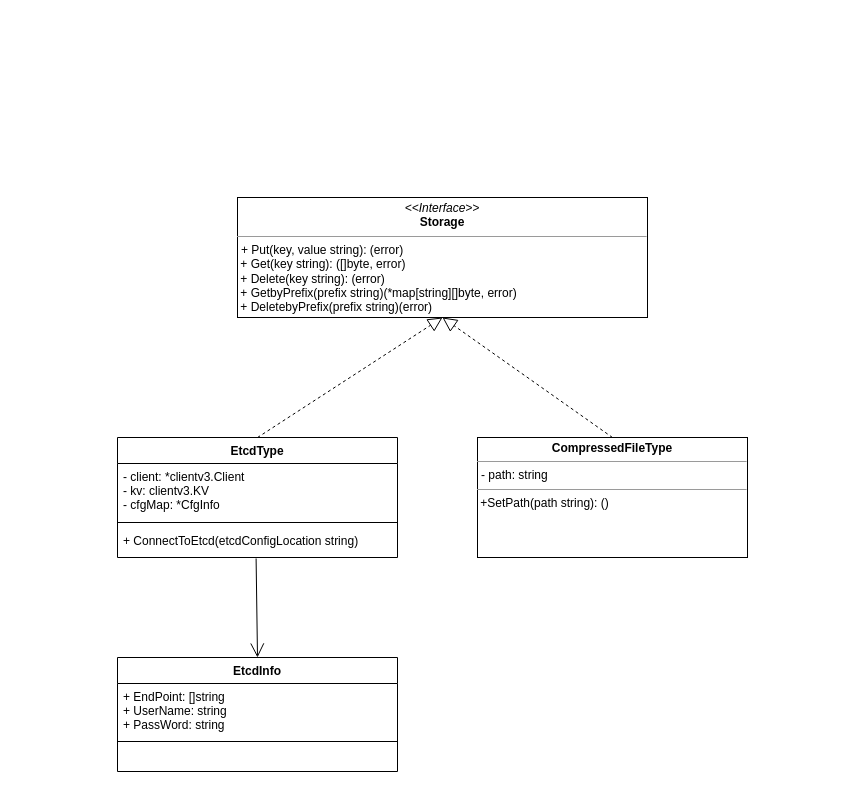
Before: page "存储模块" (1 of 18) of docs/details/drawiofiles/概设原始图.drawio in dalgorithm-bastar/configer, a draw.io diagram. Source tidied: cells renumbered, new cells numbered last; positions are measured from the earlier drawing's top-left corner, leaving out a move shared by most shapes. Both pictures are drawn from the tidied source at 100%, with x=0, y=0 at pixel (117, 197).
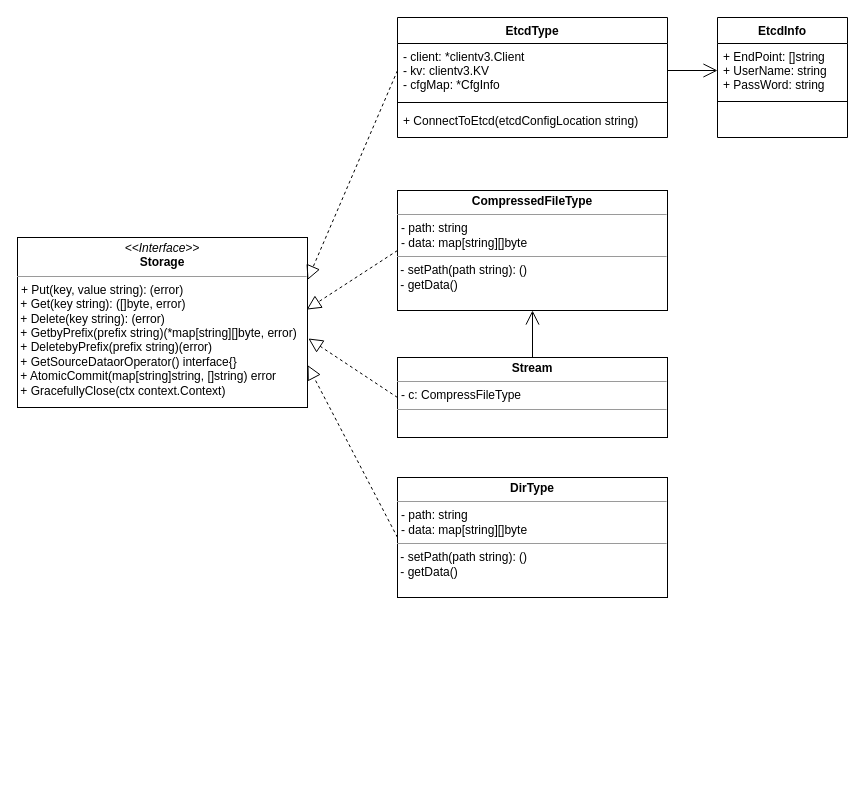
The same diagram, later.

Diff of the diagram source:
```diff
@@
 <mxGraphModel>
   <root>
     <mxCell id="0" />
     <mxCell id="1" parent="0" />
     <mxCell id="2" value="EtcdType" style="swimlane;fontStyle=1;align=center;verticalAlign=top;horizontal=1;startSize=26;" parent="1" vertex="1">
-      <mxGeometry y="240" width="280" height="120" as="geometry" />
+      <mxGeometry x="280" y="-180" width="270" height="120" as="geometry" />
     </mxCell>
     <mxCell id="3" value="- client: *clientv3.Client&#10;- kv: clientv3.KV &#10;- cfgMap: *CfgInfo" style="text;strokeColor=none;fillColor=none;align=left;verticalAlign=top;spacingLeft=4;spacingRight=4;overflow=hidden;points=[[0,0.5],[1,0.5]];portConstraint=eastwest;" parent="2" vertex="1">
-      <mxGeometry y="26" width="280" height="54" as="geometry" />
+      <mxGeometry y="26" width="270" height="54" as="geometry" />
     </mxCell>
     <mxCell id="4" style="line;strokeWidth=1;fillColor=none;align=left;verticalAlign=middle;spacingTop=-1;spacingLeft=3;spacingRight=3;labelPosition=right;" parent="2" vertex="1">
-      <mxGeometry y="80" width="280" height="10" as="geometry" />
+      <mxGeometry y="80" width="270" height="10" as="geometry" />
     </mxCell>
     <mxCell id="5" value="+ ConnectToEtcd(etcdConfigLocation string)" style="text;strokeColor=none;fillColor=none;align=left;verticalAlign=top;spacingLeft=4;spacingRight=4;overflow=hidden;points=[[0,0.5],[1,0.5]];portConstraint=eastwest;" parent="2" vertex="1">
-      <mxGeometry y="90" width="280" height="30" as="geometry" />
+      <mxGeometry y="90" width="270" height="30" as="geometry" />
     </mxCell>
     <mxCell id="6" value="EtcdInfo" style="swimlane;fontStyle=1;align=center;verticalAlign=top;horizontal=1;startSize=26;" parent="1" vertex="1">
-      <mxGeometry y="460" width="280" height="114" as="geometry" />
+      <mxGeometry x="600" y="-180" width="130" height="120" as="geometry" />
     </mxCell>
     <mxCell id="7" value="+ EndPoint: []string&#10;+ UserName: string&#10;+ PassWord: string" style="text;strokeColor=none;fillColor=none;align=left;verticalAlign=top;spacingLeft=4;spacingRight=4;overflow=hidden;points=[[0,0.5],[1,0.5]];portConstraint=eastwest;" parent="6" vertex="1">
-      <mxGeometry y="26" width="280" height="54" as="geometry" />
+      <mxGeometry y="26" width="130" height="54" as="geometry" />
     </mxCell>
     <mxCell id="8" style="line;strokeWidth=1;fillColor=none;align=left;verticalAlign=middle;spacingTop=-1;spacingLeft=3;spacingRight=3;labelPosition=right;" parent="6" vertex="1">
-      <mxGeometry y="80" width="280" height="8" as="geometry" />
+      <mxGeometry y="80" width="130" height="8" as="geometry" />
     </mxCell>
     <mxCell id="9" value=" " style="text;strokeColor=none;fillColor=none;align=left;verticalAlign=top;spacingLeft=4;spacingRight=4;overflow=hidden;" parent="6" vertex="1">
-      <mxGeometry y="88" width="280" height="26" as="geometry" />
+      <mxGeometry y="88" width="130" height="32" as="geometry" />
     </mxCell>
-    <mxCell id="10" style="endArrow=open;endFill=1;endSize=12;html=1;entryX=0.5;entryY=0;entryDx=0;entryDy=0;exitX=0.495;exitY=1.033;exitDx=0;exitDy=0;exitPerimeter=0;" parent="1" edge="1" source="5" target="6">
+    <mxCell id="10" style="endArrow=open;endFill=1;endSize=12;html=1;entryX=0;entryY=0.5;entryDx=0;entryDy=0;exitX=1;exitY=0.5;exitDx=0;exitDy=0;" parent="1" edge="1" source="3" target="7">
       <mxGeometry relative="1" as="geometry" />
     </mxCell>
-    <mxCell id="11" value="&lt;p style=&quot;margin: 0px ; margin-top: 4px ; text-align: center&quot;&gt;&lt;i&gt;&amp;lt;&amp;lt;Interface&amp;gt;&amp;gt;&lt;/i&gt;&lt;br&gt;&lt;b&gt;Storage&lt;/b&gt;&lt;/p&gt;&lt;hr size=&quot;1&quot;&gt;&lt;p style=&quot;margin: 0px ; margin-left: 4px&quot;&gt;+ Put(key, value string): (error)&lt;br&gt;&lt;/p&gt;&amp;nbsp;+ Get(key string): ([]byte, error)&lt;br&gt;&amp;nbsp;+ Delete(key string): (error)&lt;br&gt;&amp;nbsp;+ GetbyPrefix(prefix string)(*map[string][]byte, error)&lt;br&gt;&amp;nbsp;+ DeletebyPrefix(prefix string)(error)" style="verticalAlign=top;align=left;overflow=fill;fontSize=12;fontFamily=Helvetica;html=1;" parent="1" vertex="1">
-      <mxGeometry x="120" width="410" height="120" as="geometry" />
+    <mxCell id="11" value="&lt;p style=&quot;margin: 0px ; margin-top: 4px ; text-align: center&quot;&gt;&lt;i&gt;&amp;lt;&amp;lt;Interface&amp;gt;&amp;gt;&lt;/i&gt;&lt;br&gt;&lt;b&gt;Storage&lt;/b&gt;&lt;/p&gt;&lt;hr size=&quot;1&quot;&gt;&lt;p style=&quot;margin: 0px ; margin-left: 4px&quot;&gt;+ Put(key, value string): (error)&lt;br&gt;&lt;/p&gt;&amp;nbsp;+ Get(key string): ([]byte, error)&lt;br&gt;&amp;nbsp;+ Delete(key string): (error)&lt;br&gt;&amp;nbsp;+ GetbyPrefix(prefix string)(*map[string][]byte, error)&lt;br&gt;&amp;nbsp;+ DeletebyPrefix(prefix string)(error)&lt;br&gt;&lt;span&gt;&amp;nbsp;+ GetSourceDataorOperator&lt;/span&gt;&lt;span&gt;() &lt;/span&gt;&lt;span&gt;interface&lt;/span&gt;&lt;span&gt;{}&lt;br&gt;&lt;/span&gt;&lt;span&gt;&amp;nbsp;+ AtomicCommit&lt;/span&gt;&lt;span&gt;(&lt;/span&gt;&lt;span&gt;map&lt;/span&gt;&lt;span&gt;[&lt;/span&gt;&lt;span&gt;string&lt;/span&gt;&lt;span&gt;]&lt;/span&gt;&lt;span&gt;string, &lt;/span&gt;&lt;span&gt;[]&lt;/span&gt;&lt;span&gt;string&lt;/span&gt;&lt;span&gt;) &lt;/span&gt;&lt;span&gt;error&lt;br&gt;&lt;/span&gt;&lt;span&gt;&amp;nbsp;+ GracefullyClose&lt;/span&gt;&lt;span&gt;(ctx &lt;/span&gt;&lt;span&gt;context&lt;/span&gt;&lt;span&gt;.&lt;/span&gt;&lt;span&gt;Context&lt;/span&gt;&lt;span&gt;)&lt;/span&gt;&lt;span&gt;&lt;br&gt;&lt;/span&gt;" style="verticalAlign=top;align=left;overflow=fill;fontSize=12;fontFamily=Helvetica;html=1;" parent="1" vertex="1">
+      <mxGeometry x="-100" y="40" width="290" height="170" as="geometry" />
     </mxCell>
-    <mxCell id="12" value="&lt;p style=&quot;margin: 0px ; margin-top: 4px ; text-align: center&quot;&gt;&lt;b&gt;CompressedFileType&lt;/b&gt;&lt;/p&gt;&lt;hr size=&quot;1&quot;&gt;&lt;p style=&quot;margin: 0px ; margin-left: 4px&quot;&gt;- path: string&lt;/p&gt;&lt;hr size=&quot;1&quot;&gt;&amp;nbsp;+SetPath(path string): ()&lt;br&gt;&lt;p style=&quot;margin: 0px ; margin-left: 4px&quot;&gt;&lt;/p&gt;" style="verticalAlign=top;align=left;overflow=fill;fontSize=12;fontFamily=Helvetica;html=1;" parent="1" vertex="1">
-      <mxGeometry x="360" y="240" width="270" height="120" as="geometry" />
+    <mxCell id="12" value="&lt;p style=&quot;margin: 0px ; margin-top: 4px ; text-align: center&quot;&gt;&lt;b&gt;CompressedFileType&lt;/b&gt;&lt;/p&gt;&lt;hr size=&quot;1&quot;&gt;&lt;p style=&quot;margin: 0px ; margin-left: 4px&quot;&gt;- path: string&lt;/p&gt;&lt;p style=&quot;margin: 0px ; margin-left: 4px&quot;&gt;- data: map[string][]byte&lt;/p&gt;&lt;hr size=&quot;1&quot;&gt;&amp;nbsp;- setPath(path string): ()&lt;br&gt;&amp;nbsp;- getData()&lt;br&gt;&lt;p style=&quot;margin: 0px ; margin-left: 4px&quot;&gt;&lt;/p&gt;" style="verticalAlign=top;align=left;overflow=fill;fontSize=12;fontFamily=Helvetica;html=1;" parent="1" vertex="1">
+      <mxGeometry x="280" y="-7" width="270" height="120" as="geometry" />
     </mxCell>
-    <mxCell id="13" style="endArrow=block;dashed=1;endFill=0;endSize=12;html=1;exitX=0.5;exitY=0;exitDx=0;exitDy=0;entryX=0.5;entryY=1;entryDx=0;entryDy=0;" parent="1" edge="1" source="12" target="11">
+    <mxCell id="13" style="endArrow=block;dashed=1;endFill=0;endSize=12;html=1;exitX=0;exitY=0.5;exitDx=0;exitDy=0;entryX=0.997;entryY=0.424;entryDx=0;entryDy=0;entryPerimeter=0;" parent="1" edge="1" source="12" target="11">
       <mxGeometry relative="1" as="geometry" />
     </mxCell>
-    <mxCell id="14" style="endArrow=block;dashed=1;endFill=0;endSize=12;html=1;exitX=0.5;exitY=0;exitDx=0;exitDy=0;entryX=0.5;entryY=1;entryDx=0;entryDy=0;" parent="1" edge="1" source="2" target="11">
+    <mxCell id="14" style="endArrow=block;dashed=1;endFill=0;endSize=12;html=1;exitX=0;exitY=0.5;exitDx=0;exitDy=0;entryX=1;entryY=0.25;entryDx=0;entryDy=0;" parent="1" edge="1" source="3" target="11">
       <mxGeometry relative="1" as="geometry" />
     </mxCell>
+    <mxCell id="15" value="&lt;p style=&quot;margin: 0px ; margin-top: 4px ; text-align: center&quot;&gt;&lt;b&gt;Stream&lt;/b&gt;&lt;/p&gt;&lt;hr size=&quot;1&quot;&gt;&lt;p style=&quot;margin: 0px ; margin-left: 4px&quot;&gt;- c: CompressFileType&lt;/p&gt;&lt;hr size=&quot;1&quot;&gt;&amp;nbsp;&lt;br&gt;&lt;p style=&quot;margin: 0px ; margin-left: 4px&quot;&gt;&lt;/p&gt;" style="verticalAlign=top;align=left;overflow=fill;fontSize=12;fontFamily=Helvetica;html=1;" parent="1" vertex="1">
+      <mxGeometry x="280" y="160" width="270" height="80" as="geometry" />
+    </mxCell>
+    <mxCell id="16" style="endArrow=block;dashed=1;endFill=0;endSize=12;html=1;exitX=0;exitY=0.5;exitDx=0;exitDy=0;entryX=1.003;entryY=0.594;entryDx=0;entryDy=0;entryPerimeter=0;" parent="1" edge="1" source="15" target="11">
+      <mxGeometry relative="1" as="geometry" />
+    </mxCell>
+    <mxCell id="17" style="endArrow=open;endFill=1;endSize=12;html=1;entryX=0.5;entryY=1;entryDx=0;entryDy=0;exitX=0.5;exitY=0;exitDx=0;exitDy=0;" parent="1" edge="1" source="15" target="12">
+      <mxGeometry relative="1" as="geometry" />
+    </mxCell>
+    <mxCell id="18" value="&lt;p style=&quot;margin: 0px ; margin-top: 4px ; text-align: center&quot;&gt;&lt;b&gt;DirType&lt;/b&gt;&lt;/p&gt;&lt;hr size=&quot;1&quot;&gt;&lt;p style=&quot;margin: 0px ; margin-left: 4px&quot;&gt;- path: string&lt;/p&gt;&lt;p style=&quot;margin: 0px ; margin-left: 4px&quot;&gt;- data: map[string][]byte&lt;/p&gt;&lt;hr size=&quot;1&quot;&gt;&amp;nbsp;- setPath(path string): ()&lt;br&gt;&amp;nbsp;- getData()&lt;br&gt;&lt;p style=&quot;margin: 0px ; margin-left: 4px&quot;&gt;&lt;/p&gt;" style="verticalAlign=top;align=left;overflow=fill;fontSize=12;fontFamily=Helvetica;html=1;" parent="1" vertex="1">
+      <mxGeometry x="280" y="280" width="270" height="120" as="geometry" />
+    </mxCell>
+    <mxCell id="19" style="endArrow=block;dashed=1;endFill=0;endSize=12;html=1;exitX=0;exitY=0.5;exitDx=0;exitDy=0;entryX=1;entryY=0.75;entryDx=0;entryDy=0;" parent="1" edge="1" source="18" target="11">
+      <mxGeometry relative="1" as="geometry" />
+    </mxCell>
   </root>
 </mxGraphModel>
```
